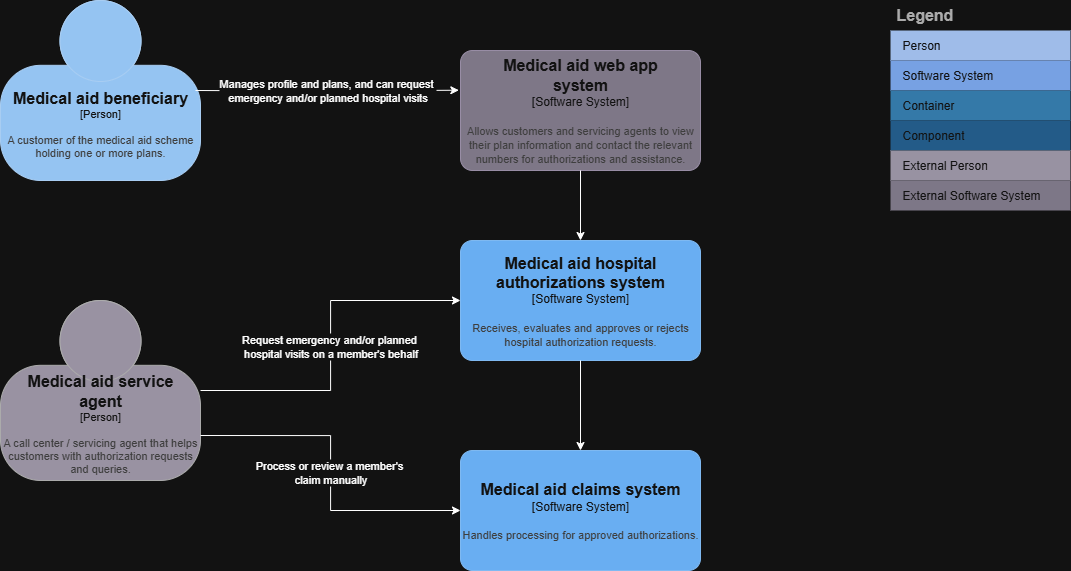
Above: jakarta-ee-application/docs/hospital_auth_system_context.drawio.png in anikavrvo/jee-learning (draw.io), before the change. Source tidied: cells renumbered, new cells last; positions are measured from the earlier drawing's top-left corner, leaving out a move shared by most shapes.
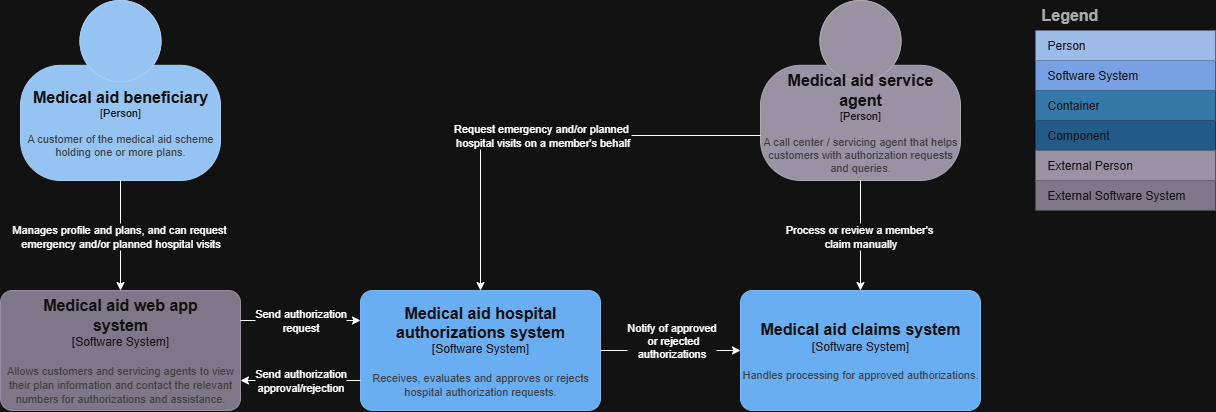
Later version of the same file.

Commit message:
System context cleanup

Diff of the diagram source:
```diff
@@ -4,49 +4,46 @@
     <mxCell id="1" parent="0" />
     <object id="2" label="&lt;font style=&quot;font-size: 16px&quot;&gt;&lt;b&gt;%c4Name%&lt;/b&gt;&lt;/font&gt;&lt;div&gt;[%c4Type%]&lt;/div&gt;&lt;br&gt;&lt;div&gt;&lt;font style=&quot;font-size: 11px&quot;&gt;&lt;font color=&quot;#cccccc&quot;&gt;%c4Description%&lt;/font&gt;&lt;/div&gt;" c4Description="A customer of the medical aid scheme holding one or more plans." c4Name="Medical aid beneficiary" c4Type="Person" placeholders="1">
       <mxCell style="html=1;fontSize=11;dashed=0;whiteSpace=wrap;fillColor=#083F75;strokeColor=#06315C;fontColor=#ffffff;shape=mxgraph.c4.person2;align=center;points=[[0.5,0,0],[1,0.5,0],[1,0.75,0],[0.75,1,0],[0.5,1,0],[0.25,1,0],[0,0.75,0],[0,0.5,0]];" parent="1" vertex="1">
-        <mxGeometry width="200" height="180" as="geometry" />
+        <mxGeometry x="-10" width="200" height="180" as="geometry" />
       </mxCell>
     </object>
     <object id="3" label="&lt;font style=&quot;font-size: 16px&quot;&gt;&lt;b&gt;%c4Name%&lt;/b&gt;&lt;/font&gt;&lt;div&gt;[%c4Type%]&lt;/div&gt;&lt;br&gt;&lt;div&gt;&lt;font style=&quot;font-size: 11px&quot;&gt;&lt;font color=&quot;#cccccc&quot;&gt;%c4Description%&lt;/font&gt;&lt;/div&gt;" c4Description="A call center / servicing agent that helps customers with authorization requests and queries." c4Name="Medical aid service &#10;agent" c4Type="Person" placeholders="1">
       <mxCell style="html=1;fontSize=11;dashed=0;whiteSpace=wrap;fillColor=#6C6477;strokeColor=#4D4D4D;fontColor=#ffffff;shape=mxgraph.c4.person2;align=center;points=[[0.5,0,0],[1,0.5,0],[1,0.75,0],[0.75,1,0],[0.5,1,0],[0.25,1,0],[0,0.75,0],[0,0.5,0]];" parent="1" vertex="1">
-        <mxGeometry y="300" width="200" height="180" as="geometry" />
+        <mxGeometry x="730" width="200" height="180" as="geometry" />
       </mxCell>
     </object>
     <object id="4" label="&lt;font style=&quot;font-size: 16px&quot;&gt;&lt;b&gt;%c4Name%&lt;/b&gt;&lt;/font&gt;&lt;div&gt;[%c4Type%]&lt;/div&gt;&lt;br&gt;&lt;div&gt;&lt;font style=&quot;font-size: 11px&quot;&gt;&lt;font color=&quot;#cccccc&quot;&gt;%c4Description%&lt;/font&gt;&lt;/div&gt;" c4Description="Receives, evaluates and approves or rejects hospital authorization requests." c4Name="Medical aid hospital &#10;authorizations system" c4Type="Software System" placeholders="1">
       <mxCell style="rounded=1;whiteSpace=wrap;html=1;labelBackgroundColor=none;fillColor=#1061B0;fontColor=#ffffff;align=center;arcSize=10;strokeColor=#0D5091;points=[[0.25,0,0],[0.5,0,0],[0.75,0,0],[1,0.25,0],[1,0.5,0],[1,0.75,0],[0.75,1,0],[0.5,1,0],[0.25,1,0],[0,0.75,0],[0,0.5,0],[0,0.25,0]];" parent="1" vertex="1">
-        <mxGeometry x="460" y="240" width="240" height="120" as="geometry" />
+        <mxGeometry x="330" y="290" width="240" height="120" as="geometry" />
       </mxCell>
     </object>
     <object id="5" label="&lt;font style=&quot;font-size: 16px&quot;&gt;&lt;b&gt;%c4Name%&lt;/b&gt;&lt;/font&gt;&lt;div&gt;[%c4Type%]&lt;/div&gt;&lt;br&gt;&lt;div&gt;&lt;font style=&quot;font-size: 11px&quot;&gt;&lt;font color=&quot;#cccccc&quot;&gt;%c4Description%&lt;/font&gt;&lt;/div&gt;" c4Description="Handles processing for approved authorizations." c4Name="Medical aid claims system" c4Type="Software System" placeholders="1">
       <mxCell style="rounded=1;whiteSpace=wrap;html=1;labelBackgroundColor=none;fillColor=#1061B0;fontColor=#ffffff;align=center;arcSize=10;strokeColor=#0D5091;points=[[0.25,0,0],[0.5,0,0],[0.75,0,0],[1,0.25,0],[1,0.5,0],[1,0.75,0],[0.75,1,0],[0.5,1,0],[0.25,1,0],[0,0.75,0],[0,0.5,0],[0,0.25,0]];" parent="1" vertex="1">
-        <mxGeometry x="460" y="450" width="240" height="120" as="geometry" />
+        <mxGeometry x="710" y="290" width="240" height="120" as="geometry" />
       </mxCell>
     </object>
     <object id="6" label="&lt;font style=&quot;font-size: 16px&quot;&gt;&lt;b&gt;%c4Name%&lt;/b&gt;&lt;/font&gt;&lt;div&gt;[%c4Type%]&lt;/div&gt;&lt;br&gt;&lt;div&gt;&lt;font style=&quot;font-size: 11px&quot;&gt;&lt;font color=&quot;#cccccc&quot;&gt;%c4Description%&lt;/font&gt;&lt;/div&gt;" c4Description="Allows customers and servicing agents to view their plan information and contact the relevant numbers for authorizations and assistance." c4Name="Medical aid web app&#10;system" c4Type="Software System" placeholders="1">
       <mxCell style="rounded=1;whiteSpace=wrap;html=1;labelBackgroundColor=none;fillColor=#8C8496;fontColor=#ffffff;align=center;arcSize=10;strokeColor=#736782;points=[[0.25,0,0],[0.5,0,0],[0.75,0,0],[1,0.25,0],[1,0.5,0],[1,0.75,0],[0.75,1,0],[0.5,1,0],[0.25,1,0],[0,0.75,0],[0,0.5,0],[0,0.25,0]];" parent="1" vertex="1">
-        <mxGeometry x="460" y="50" width="240" height="120" as="geometry" />
+        <mxGeometry x="-30" y="290" width="240" height="120" as="geometry" />
       </mxCell>
     </object>
-    <mxCell id="7" value="Manages profile and plans, and can request&amp;nbsp;&lt;div&gt;emergency and/or planned hospital visits&lt;/div&gt;" style="edgeStyle=orthogonalEdgeStyle;rounded=0;orthogonalLoop=1;jettySize=auto;html=1;exitX=1;exitY=0.5;exitDx=0;exitDy=0;exitPerimeter=0;entryX=0.014;entryY=0.331;entryDx=0;entryDy=0;entryPerimeter=0;" parent="1" edge="1">
-      <mxGeometry relative="1" as="geometry">
-        <mxPoint x="195" y="90" as="sourcePoint" />
-        <mxPoint x="458.4" y="89.7" as="targetPoint" />
-      </mxGeometry>
+    <mxCell id="7" value="Manages profile and plans, and can request&amp;nbsp;&lt;div&gt;emergency and/or planned hospital visits&lt;/div&gt;" style="edgeStyle=orthogonalEdgeStyle;rounded=0;jettySize=auto;html=1;exitX=0.5;exitY=1;exitDx=0;exitDy=0;exitPerimeter=0;entryX=0.5;entryY=0;entryDx=0;entryDy=0;entryPerimeter=0;" parent="1" edge="1" source="2" target="6">
+      <mxGeometry relative="1" as="geometry" />
     </mxCell>
-    <mxCell id="8" style="edgeStyle=orthogonalEdgeStyle;rounded=0;jettySize=auto;html=1;exitX=0.5;exitY=1;exitDx=0;exitDy=0;exitPerimeter=0;entryX=0.5;entryY=0;entryDx=0;entryDy=0;entryPerimeter=0;" parent="1" edge="1" source="6" target="4">
+    <mxCell id="8" value="Send authorization&lt;div&gt;request&lt;/div&gt;" style="edgeStyle=orthogonalEdgeStyle;rounded=0;jettySize=auto;html=1;exitX=1;exitY=0.25;exitDx=0;exitDy=0;exitPerimeter=0;entryX=0;entryY=0.25;entryDx=0;entryDy=0;entryPerimeter=0;" parent="1" edge="1" source="6" target="4">
       <mxGeometry relative="1" as="geometry" />
     </mxCell>
-    <mxCell id="9" style="edgeStyle=orthogonalEdgeStyle;rounded=0;jettySize=auto;html=1;exitX=0.5;exitY=1;exitDx=0;exitDy=0;exitPerimeter=0;entryX=0.5;entryY=0;entryDx=0;entryDy=0;entryPerimeter=0;" parent="1" edge="1" source="4" target="5">
-      <mxGeometry relative="1" as="geometry" />
+    <mxCell id="9" value="Notify of approved&lt;div&gt;&amp;nbsp;or&amp;nbsp;&lt;span style=&quot;background-color: light-dark(#ffffff, var(--ge-dark-color, #121212)); color: light-dark(rgb(0, 0, 0), rgb(255, 255, 255));&quot;&gt;rejected&lt;/span&gt;&lt;/div&gt;&lt;div&gt;&lt;div&gt;authorizations&lt;/div&gt;&lt;/div&gt;" style="edgeStyle=orthogonalEdgeStyle;rounded=0;jettySize=auto;html=1;exitX=1;exitY=0.5;exitDx=0;exitDy=0;exitPerimeter=0;entryX=0;entryY=0.5;entryDx=0;entryDy=0;entryPerimeter=0;" parent="1" edge="1" source="4" target="5">
+      <mxGeometry y="10" relative="1" as="geometry" />
     </mxCell>
-    <mxCell id="10" value="Request emergency and/or planned&amp;nbsp;&lt;div&gt;hospital visits&amp;nbsp;&lt;span style=&quot;background-color: light-dark(#ffffff, var(--ge-dark-color, #121212)); color: light-dark(rgb(0, 0, 0), rgb(255, 255, 255));&quot;&gt;on a member's behalf&lt;/span&gt;&lt;/div&gt;" style="edgeStyle=orthogonalEdgeStyle;rounded=0;jettySize=auto;html=1;exitX=1;exitY=0.5;exitDx=0;exitDy=0;exitPerimeter=0;entryX=0;entryY=0.5;entryDx=0;entryDy=0;entryPerimeter=0;" parent="1" edge="1" source="3" target="4">
+    <mxCell id="10" value="Request emergency and/or planned&amp;nbsp;&lt;div&gt;hospital visits&amp;nbsp;&lt;span style=&quot;background-color: light-dark(#ffffff, var(--ge-dark-color, #121212)); color: light-dark(rgb(0, 0, 0), rgb(255, 255, 255));&quot;&gt;on a member's behalf&lt;/span&gt;&lt;/div&gt;" style="edgeStyle=orthogonalEdgeStyle;rounded=0;jettySize=auto;html=1;exitX=0;exitY=0.75;exitDx=0;exitDy=0;exitPerimeter=0;entryX=0.5;entryY=0;entryDx=0;entryDy=0;entryPerimeter=0;" parent="1" edge="1" source="3" target="4">
       <mxGeometry relative="1" as="geometry" />
     </mxCell>
-    <mxCell id="11" value="Process or review a member's&amp;nbsp;&lt;div&gt;claim manually&lt;/div&gt;" style="edgeStyle=orthogonalEdgeStyle;rounded=0;jettySize=auto;html=1;exitX=1;exitY=0.75;exitDx=0;exitDy=0;exitPerimeter=0;entryX=0;entryY=0.5;entryDx=0;entryDy=0;entryPerimeter=0;" parent="1" edge="1" source="3" target="5">
+    <mxCell id="11" value="Process or review a member's&amp;nbsp;&lt;div&gt;claim manually&lt;/div&gt;" style="edgeStyle=orthogonalEdgeStyle;rounded=0;jettySize=auto;html=1;exitX=0.5;exitY=1;exitDx=0;exitDy=0;exitPerimeter=0;entryX=0.5;entryY=0;entryDx=0;entryDy=0;entryPerimeter=0;" parent="1" edge="1" source="3" target="5">
       <mxGeometry relative="1" as="geometry" />
     </mxCell>
     <mxCell id="12" value="Legend" style="shape=table;startSize=30;fontSize=16;align=left;verticalAlign=top;fillColor=none;strokeColor=none;fontColor=#4D4D4D;fontStyle=1;spacingLeft=6;spacing=0;" parent="1" vertex="1">
-      <mxGeometry x="890" width="180" height="210" as="geometry" />
+      <mxGeometry x="1005" width="180" height="210" as="geometry" />
     </mxCell>
     <mxCell id="13" style="shape=tableRow;horizontal=0;startSize=0;swimlaneHead=0;swimlaneBody=0;strokeColor=inherit;top=0;left=0;bottom=0;right=0;fillColor=none;fontSize=12;" parent="12" vertex="1">
       <mxGeometry y="30" width="180" height="30" as="geometry" />
@@ -84,5 +81,8 @@
     <mxCell id="24" value="External Software System" style="shape=partialRectangle;html=1;whiteSpace=wrap;strokeColor=inherit;overflow=hidden;fillColor=#8b8496;top=0;left=0;bottom=0;right=0;fontSize=12;align=left;fontColor=#FFFFFF;gradientColor=none;spacingLeft=10;spacingRight=4;" parent="23" vertex="1">
       <mxGeometry width="180" height="30" as="geometry" />
     </mxCell>
+    <mxCell id="25" value="Send authorization&lt;div&gt;approval/rejection&lt;/div&gt;" style="edgeStyle=orthogonalEdgeStyle;rounded=0;jettySize=auto;html=1;exitX=0;exitY=0.75;exitDx=0;exitDy=0;exitPerimeter=0;entryX=1;entryY=0.75;entryDx=0;entryDy=0;entryPerimeter=0;" parent="1" edge="1" source="4" target="6">
+      <mxGeometry relative="1" as="geometry" />
+    </mxCell>
   </root>
 </mxGraphModel>
```
